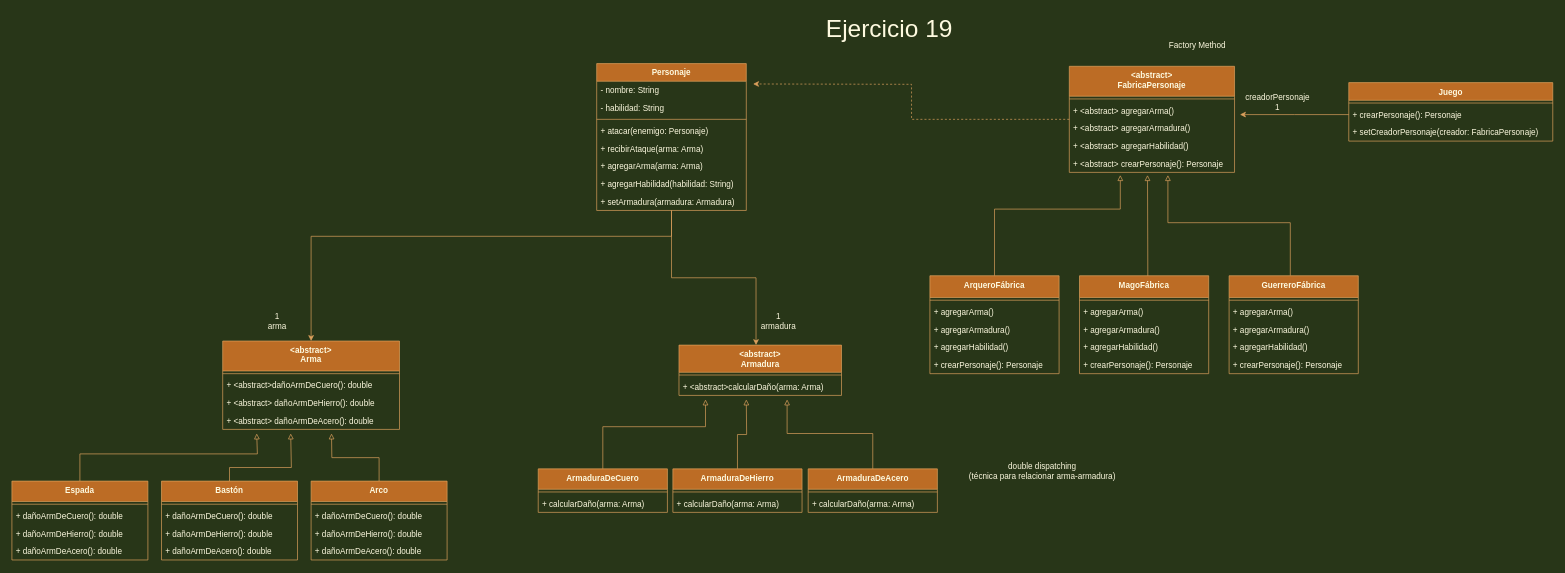
The draw.io diagram Diagramas/oo2_ej19-Juego.drawio in Numa-diazdiva/OO2-ejercicios, before the edit. Source tidied: cells renumbered, new cells numbered last; positions are measured from the earlier drawing's top-left corner, leaving out a move shared by most shapes. Both pictures are drawn from the tidied source at 68%, with x=0, y=0 at pixel (12, 12).
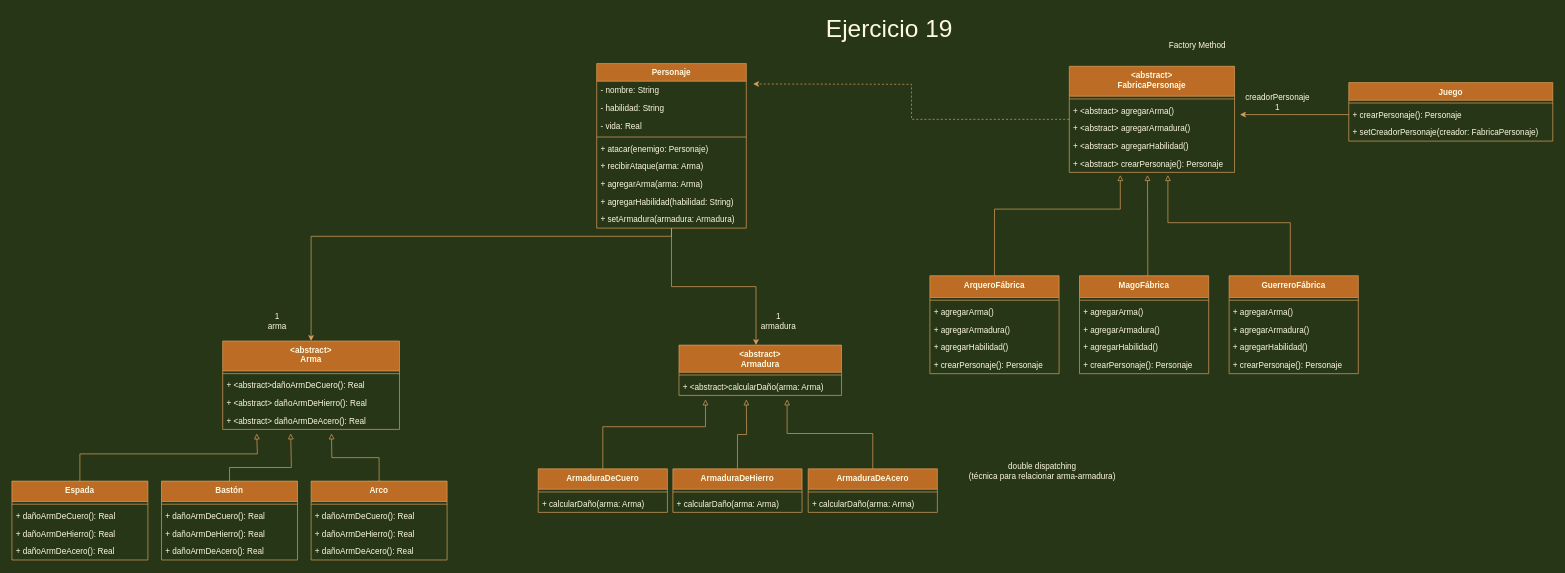
Above is the later version.

Unchanged cells that the change refers to:
```xml
<mxCell id="2" value="&lt;abstract&gt;&#10;Arma" style="swimlane;fontStyle=1;align=center;verticalAlign=top;horizontal=1;startSize=44;labelBackgroundColor=none;fillColor=#BC6C25;strokeColor=#DDA15E;fontColor=#FEFAE0;" parent="1" vertex="1">
  <mxGeometry x="310" y="484" width="260" height="130" as="geometry" />
</mxCell>
<mxCell id="73" value="Espada" style="swimlane;fontStyle=1;align=center;verticalAlign=top;horizontal=1;startSize=30;labelBackgroundColor=none;fillColor=#BC6C25;strokeColor=#DDA15E;fontColor=#FEFAE0;" parent="1" vertex="1">
  <mxGeometry y="690" width="200" height="116" as="geometry" />
</mxCell>
<mxCell id="79" value="Bastón" style="swimlane;fontStyle=1;align=center;verticalAlign=top;horizontal=1;startSize=30;labelBackgroundColor=none;fillColor=#BC6C25;strokeColor=#DDA15E;fontColor=#FEFAE0;" parent="1" vertex="1">
  <mxGeometry x="220" y="690" width="200" height="116" as="geometry" />
</mxCell>
<mxCell id="85" value="Arco" style="swimlane;fontStyle=1;align=center;verticalAlign=top;horizontal=1;startSize=30;labelBackgroundColor=none;fillColor=#BC6C25;strokeColor=#DDA15E;fontColor=#FEFAE0;" parent="1" vertex="1">
  <mxGeometry x="440" y="690" width="200" height="116" as="geometry" />
</mxCell>
```

Change to the diagram source:
```diff
@@
-    <mxCell id="4" value="+ &lt;abstract&gt;dañoArmDeCuero(): double" style="text;strokeColor=none;fillColor=none;align=left;verticalAlign=top;spacingLeft=4;spacingRight=4;overflow=hidden;labelBackgroundColor=none;fontColor=#FEFAE0;" parent="2" vertex="1">
+    <mxCell id="4" value="+ &lt;abstract&gt;dañoArmDeCuero(): Real" style="text;strokeColor=none;fillColor=none;align=left;verticalAlign=top;spacingLeft=4;spacingRight=4;overflow=hidden;labelBackgroundColor=none;fontColor=#FEFAE0;" parent="2" vertex="1">
       <mxGeometry y="52" width="260" height="26" as="geometry" />
     </mxCell>
-    <mxCell id="5" value="+ &lt;abstract&gt; dañoArmDeHierro(): double" style="text;strokeColor=none;fillColor=none;align=left;verticalAlign=top;spacingLeft=4;spacingRight=4;overflow=hidden;labelBackgroundColor=none;fontColor=#FEFAE0;" parent="2" vertex="1">
+    <mxCell id="5" value="+ &lt;abstract&gt; dañoArmDeHierro(): Real" style="text;strokeColor=none;fillColor=none;align=left;verticalAlign=top;spacingLeft=4;spacingRight=4;overflow=hidden;labelBackgroundColor=none;fontColor=#FEFAE0;" parent="2" vertex="1">
       <mxGeometry y="78" width="260" height="26" as="geometry" />
     </mxCell>
-    <mxCell id="6" value="+ &lt;abstract&gt; dañoArmDeAcero(): double" style="text;strokeColor=none;fillColor=none;align=left;verticalAlign=top;spacingLeft=4;spacingRight=4;overflow=hidden;labelBackgroundColor=none;fontColor=#FEFAE0;" parent="2" vertex="1">
+    <mxCell id="6" value="+ &lt;abstract&gt; dañoArmDeAcero(): Real" style="text;strokeColor=none;fillColor=none;align=left;verticalAlign=top;spacingLeft=4;spacingRight=4;overflow=hidden;labelBackgroundColor=none;fontColor=#FEFAE0;" parent="2" vertex="1">
       <mxGeometry y="104" width="260" height="26" as="geometry" />
     </mxCell>
@@
     <mxCell id="13" value="Personaje" style="swimlane;fontStyle=1;align=center;verticalAlign=top;horizontal=1;startSize=26;labelBackgroundColor=none;fillColor=#BC6C25;strokeColor=#DDA15E;fontColor=#FEFAE0;" parent="1" vertex="1">
-      <mxGeometry x="860" y="76" width="220" height="216" as="geometry" />
+      <mxGeometry x="860" y="76" width="220" height="242" as="geometry" />
     </mxCell>
@@
+    <mxCell id="90" value="- vida: Real" style="text;strokeColor=none;fillColor=none;align=left;verticalAlign=top;spacingLeft=4;spacingRight=4;overflow=hidden;labelBackgroundColor=none;fontColor=#FEFAE0;" parent="13" vertex="1">
+      <mxGeometry y="78" width="220" height="26" as="geometry" />
+    </mxCell>
     <mxCell id="16" style="line;strokeWidth=1;fillColor=none;align=left;verticalAlign=middle;spacingTop=-1;spacingLeft=3;spacingRight=3;labelPosition=right;labelBackgroundColor=none;strokeColor=#DDA15E;fontColor=#FEFAE0;" parent="13" vertex="1">
-      <mxGeometry y="78" width="220" height="8" as="geometry" />
+      <mxGeometry y="104" width="220" height="8" as="geometry" />
     </mxCell>
     <mxCell id="17" value="+ atacar(enemigo: Personaje)" style="text;strokeColor=none;fillColor=none;align=left;verticalAlign=top;spacingLeft=4;spacingRight=4;overflow=hidden;labelBackgroundColor=none;fontColor=#FEFAE0;" parent="13" vertex="1">
-      <mxGeometry y="86" width="220" height="26" as="geometry" />
+      <mxGeometry y="112" width="220" height="26" as="geometry" />
     </mxCell>
     <mxCell id="18" value="+ recibirAtaque(arma: Arma)" style="text;strokeColor=none;fillColor=none;align=left;verticalAlign=top;spacingLeft=4;spacingRight=4;overflow=hidden;labelBackgroundColor=none;fontColor=#FEFAE0;" parent="13" vertex="1">
-      <mxGeometry y="112" width="220" height="26" as="geometry" />
+      <mxGeometry y="138" width="220" height="26" as="geometry" />
     </mxCell>
     <mxCell id="19" value="+ agregarArma(arma: Arma)" style="text;strokeColor=none;fillColor=none;align=left;verticalAlign=top;spacingLeft=4;spacingRight=4;overflow=hidden;labelBackgroundColor=none;fontColor=#FEFAE0;" parent="13" vertex="1">
-      <mxGeometry y="138" width="220" height="26" as="geometry" />
+      <mxGeometry y="164" width="220" height="26" as="geometry" />
     </mxCell>
     <mxCell id="20" value="+ agregarHabilidad(habilidad: String)" style="text;strokeColor=none;fillColor=none;align=left;verticalAlign=top;spacingLeft=4;spacingRight=4;overflow=hidden;labelBackgroundColor=none;fontColor=#FEFAE0;" parent="13" vertex="1">
-      <mxGeometry y="164" width="220" height="26" as="geometry" />
+      <mxGeometry y="190" width="220" height="26" as="geometry" />
     </mxCell>
     <mxCell id="21" value="+ setArmadura(armadura: Armadura)" style="text;strokeColor=none;fillColor=none;align=left;verticalAlign=top;spacingLeft=4;spacingRight=4;overflow=hidden;labelBackgroundColor=none;fontColor=#FEFAE0;" parent="13" vertex="1">
-      <mxGeometry y="190" width="220" height="26" as="geometry" />
+      <mxGeometry y="216" width="220" height="26" as="geometry" />
     </mxCell>
@@
-    <mxCell id="75" value="+ dañoArmDeCuero(): double" style="text;strokeColor=none;fillColor=none;align=left;verticalAlign=top;spacingLeft=4;spacingRight=4;overflow=hidden;labelBackgroundColor=none;fontColor=#FEFAE0;" parent="73" vertex="1">
+    <mxCell id="75" value="+ dañoArmDeCuero(): Real" style="text;strokeColor=none;fillColor=none;align=left;verticalAlign=top;spacingLeft=4;spacingRight=4;overflow=hidden;labelBackgroundColor=none;fontColor=#FEFAE0;" parent="73" vertex="1">
       <mxGeometry y="38" width="200" height="26" as="geometry" />
     </mxCell>
-    <mxCell id="76" value="+ dañoArmDeHierro(): double" style="text;strokeColor=none;fillColor=none;align=left;verticalAlign=top;spacingLeft=4;spacingRight=4;overflow=hidden;labelBackgroundColor=none;fontColor=#FEFAE0;" parent="73" vertex="1">
+    <mxCell id="76" value="+ dañoArmDeHierro(): Real" style="text;strokeColor=none;fillColor=none;align=left;verticalAlign=top;spacingLeft=4;spacingRight=4;overflow=hidden;labelBackgroundColor=none;fontColor=#FEFAE0;" parent="73" vertex="1">
       <mxGeometry y="64" width="200" height="26" as="geometry" />
     </mxCell>
-    <mxCell id="77" value="+ dañoArmDeAcero(): double" style="text;strokeColor=none;fillColor=none;align=left;verticalAlign=top;spacingLeft=4;spacingRight=4;overflow=hidden;labelBackgroundColor=none;fontColor=#FEFAE0;" parent="73" vertex="1">
+    <mxCell id="77" value="+ dañoArmDeAcero(): Real" style="text;strokeColor=none;fillColor=none;align=left;verticalAlign=top;spacingLeft=4;spacingRight=4;overflow=hidden;labelBackgroundColor=none;fontColor=#FEFAE0;" parent="73" vertex="1">
       <mxGeometry y="90" width="200" height="26" as="geometry" />
     </mxCell>
@@
-    <mxCell id="81" value="+ dañoArmDeCuero(): double" style="text;strokeColor=none;fillColor=none;align=left;verticalAlign=top;spacingLeft=4;spacingRight=4;overflow=hidden;labelBackgroundColor=none;fontColor=#FEFAE0;" parent="79" vertex="1">
+    <mxCell id="81" value="+ dañoArmDeCuero(): Real" style="text;strokeColor=none;fillColor=none;align=left;verticalAlign=top;spacingLeft=4;spacingRight=4;overflow=hidden;labelBackgroundColor=none;fontColor=#FEFAE0;" parent="79" vertex="1">
       <mxGeometry y="38" width="200" height="26" as="geometry" />
     </mxCell>
-    <mxCell id="82" value="+ dañoArmDeHierro(): double" style="text;strokeColor=none;fillColor=none;align=left;verticalAlign=top;spacingLeft=4;spacingRight=4;overflow=hidden;labelBackgroundColor=none;fontColor=#FEFAE0;" parent="79" vertex="1">
+    <mxCell id="82" value="+ dañoArmDeHierro(): Real" style="text;strokeColor=none;fillColor=none;align=left;verticalAlign=top;spacingLeft=4;spacingRight=4;overflow=hidden;labelBackgroundColor=none;fontColor=#FEFAE0;" parent="79" vertex="1">
       <mxGeometry y="64" width="200" height="26" as="geometry" />
     </mxCell>
-    <mxCell id="83" value="+ dañoArmDeAcero(): double" style="text;strokeColor=none;fillColor=none;align=left;verticalAlign=top;spacingLeft=4;spacingRight=4;overflow=hidden;labelBackgroundColor=none;fontColor=#FEFAE0;" parent="79" vertex="1">
+    <mxCell id="83" value="+ dañoArmDeAcero(): Real" style="text;strokeColor=none;fillColor=none;align=left;verticalAlign=top;spacingLeft=4;spacingRight=4;overflow=hidden;labelBackgroundColor=none;fontColor=#FEFAE0;" parent="79" vertex="1">
       <mxGeometry y="90" width="200" height="26" as="geometry" />
     </mxCell>
@@
-    <mxCell id="87" value="+ dañoArmDeCuero(): double" style="text;strokeColor=none;fillColor=none;align=left;verticalAlign=top;spacingLeft=4;spacingRight=4;overflow=hidden;labelBackgroundColor=none;fontColor=#FEFAE0;" parent="85" vertex="1">
+    <mxCell id="87" value="+ dañoArmDeCuero(): Real" style="text;strokeColor=none;fillColor=none;align=left;verticalAlign=top;spacingLeft=4;spacingRight=4;overflow=hidden;labelBackgroundColor=none;fontColor=#FEFAE0;" parent="85" vertex="1">
       <mxGeometry y="38" width="200" height="26" as="geometry" />
     </mxCell>
-    <mxCell id="88" value="+ dañoArmDeHierro(): double" style="text;strokeColor=none;fillColor=none;align=left;verticalAlign=top;spacingLeft=4;spacingRight=4;overflow=hidden;labelBackgroundColor=none;fontColor=#FEFAE0;" parent="85" vertex="1">
+    <mxCell id="88" value="+ dañoArmDeHierro(): Real" style="text;strokeColor=none;fillColor=none;align=left;verticalAlign=top;spacingLeft=4;spacingRight=4;overflow=hidden;labelBackgroundColor=none;fontColor=#FEFAE0;" parent="85" vertex="1">
       <mxGeometry y="64" width="200" height="26" as="geometry" />
     </mxCell>
-    <mxCell id="89" value="+ dañoArmDeAcero(): double" style="text;strokeColor=none;fillColor=none;align=left;verticalAlign=top;spacingLeft=4;spacingRight=4;overflow=hidden;labelBackgroundColor=none;fontColor=#FEFAE0;" parent="85" vertex="1">
+    <mxCell id="89" value="+ dañoArmDeAcero(): Real" style="text;strokeColor=none;fillColor=none;align=left;verticalAlign=top;spacingLeft=4;spacingRight=4;overflow=hidden;labelBackgroundColor=none;fontColor=#FEFAE0;" parent="85" vertex="1">
       <mxGeometry y="90" width="200" height="26" as="geometry" />
     </mxCell>
```
